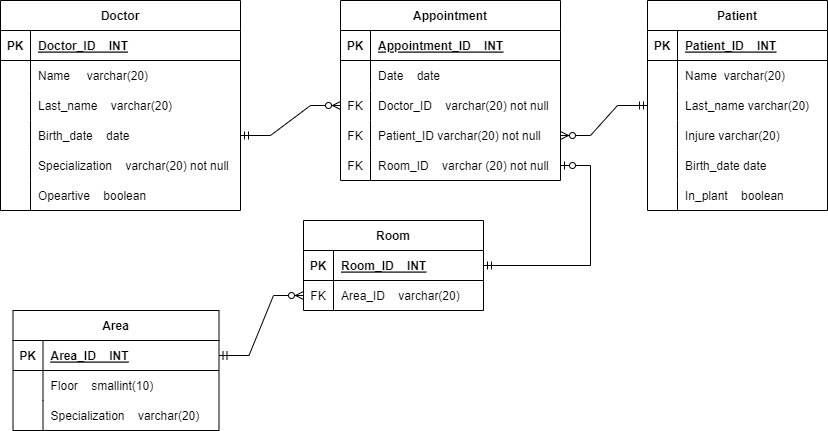
Before: doc/ASSI06.drawio.png, a diagram exported from draw.io (ClearCB/ddl-script-database). Source tidied: cells renumbered, new cells last; positions are measured from the earlier drawing's top-left corner, leaving out a move shared by most shapes.
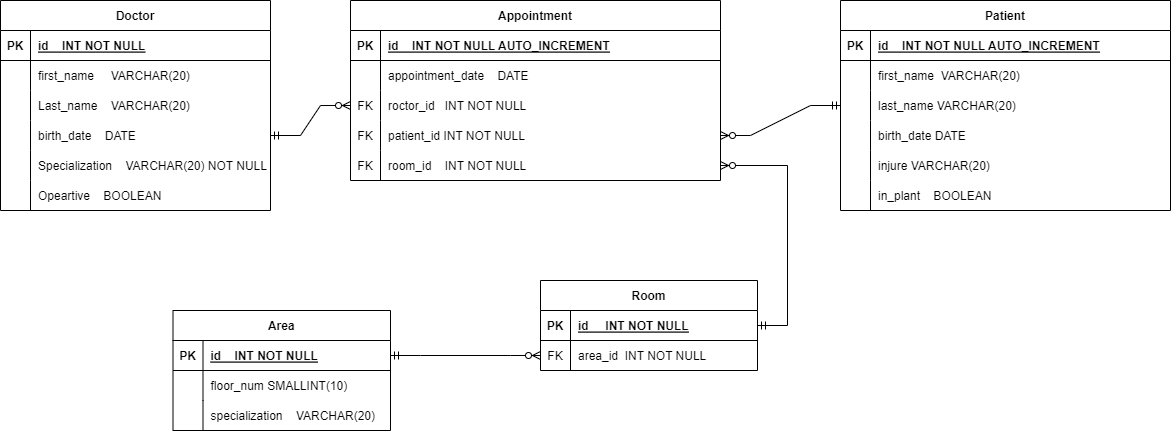
The same diagram one commit later.

Diff of the diagram source:
```diff
@@ -5,6 +5,6 @@
     <mxCell id="2" value="Doctor" style="shape=table;startSize=30;rowLines=0;fontStyle=1;align=center;" parent="1" vertex="1">
-      <mxGeometry width="240" height="210" as="geometry" />
+      <mxGeometry x="-160" width="270" height="210" as="geometry" />
     </mxCell>
     <mxCell id="3" style="shape=tableRow;horizontal=0;startSize=0;swimlaneHead=0;swimlaneBody=0;fillColor=none;top=0;left=0;right=0;bottom=1;" parent="2" vertex="1">
-      <mxGeometry y="30" width="240" height="30" as="geometry" />
+      <mxGeometry y="30" width="270" height="30" as="geometry" />
     </mxCell>
@@ -13,7 +13,7 @@
     </mxCell>
-    <mxCell id="5" value="Doctor_ID    INT" style="shape=partialRectangle;fillColor=none;top=0;left=0;bottom=0;right=0;align=left;spacingLeft=6;fontStyle=5;overflow=hidden;" parent="3" vertex="1">
-      <mxGeometry x="30" width="210" height="30" as="geometry" />
+    <mxCell id="5" value="id    INT NOT NULL" style="shape=partialRectangle;fillColor=none;top=0;left=0;bottom=0;right=0;align=left;spacingLeft=6;fontStyle=5;overflow=hidden;" parent="3" vertex="1">
+      <mxGeometry x="30" width="240" height="30" as="geometry" />
     </mxCell>
     <mxCell id="6" style="shape=tableRow;horizontal=0;startSize=0;swimlaneHead=0;swimlaneBody=0;fillColor=none;top=0;left=0;right=0;bottom=0;" parent="2" vertex="1">
-      <mxGeometry y="60" width="240" height="30" as="geometry" />
+      <mxGeometry y="60" width="270" height="30" as="geometry" />
     </mxCell>
@@ -22,7 +22,7 @@
     </mxCell>
-    <mxCell id="8" value="Name     varchar(20)" style="shape=partialRectangle;fillColor=none;top=0;left=0;bottom=0;right=0;align=left;spacingLeft=6;overflow=hidden;" parent="6" vertex="1">
-      <mxGeometry x="30" width="210" height="30" as="geometry" />
+    <mxCell id="8" value="first_name     VARCHAR(20)" style="shape=partialRectangle;fillColor=none;top=0;left=0;bottom=0;right=0;align=left;spacingLeft=6;overflow=hidden;" parent="6" vertex="1">
+      <mxGeometry x="30" width="240" height="30" as="geometry" />
     </mxCell>
     <mxCell id="9" style="shape=tableRow;horizontal=0;startSize=0;swimlaneHead=0;swimlaneBody=0;fillColor=none;top=0;left=0;right=0;bottom=0;" parent="2" vertex="1">
-      <mxGeometry y="90" width="240" height="30" as="geometry" />
+      <mxGeometry y="90" width="270" height="30" as="geometry" />
     </mxCell>
@@ -31,7 +31,7 @@
     </mxCell>
-    <mxCell id="11" value="Last_name    varchar(20)   " style="shape=partialRectangle;fillColor=none;top=0;left=0;bottom=0;right=0;align=left;spacingLeft=6;overflow=hidden;" parent="9" vertex="1">
-      <mxGeometry x="30" width="210" height="30" as="geometry" />
+    <mxCell id="11" value="Last_name    VARCHAR(20)   " style="shape=partialRectangle;fillColor=none;top=0;left=0;bottom=0;right=0;align=left;spacingLeft=6;overflow=hidden;" parent="9" vertex="1">
+      <mxGeometry x="30" width="240" height="30" as="geometry" />
     </mxCell>
     <mxCell id="12" style="shape=tableRow;horizontal=0;startSize=0;swimlaneHead=0;swimlaneBody=0;fillColor=none;points=[[0,0.5],[1,0.5]];portConstraint=eastwest;top=0;left=0;right=0;bottom=0;" parent="2" vertex="1">
-      <mxGeometry y="120" width="240" height="30" as="geometry" />
+      <mxGeometry y="120" width="270" height="30" as="geometry" />
     </mxCell>
@@ -40,7 +40,7 @@
     </mxCell>
-    <mxCell id="14" value="Birth_date    date" style="shape=partialRectangle;fillColor=none;top=0;left=0;bottom=0;right=0;align=left;spacingLeft=6;overflow=hidden;" parent="12" vertex="1">
-      <mxGeometry x="30" width="210" height="30" as="geometry" />
+    <mxCell id="14" value="birth_date    DATE" style="shape=partialRectangle;fillColor=none;top=0;left=0;bottom=0;right=0;align=left;spacingLeft=6;overflow=hidden;" parent="12" vertex="1">
+      <mxGeometry x="30" width="240" height="30" as="geometry" />
     </mxCell>
     <mxCell id="15" style="shape=tableRow;horizontal=0;startSize=0;swimlaneHead=0;swimlaneBody=0;fillColor=none;top=0;left=0;right=0;bottom=0;" parent="2" vertex="1">
-      <mxGeometry y="150" width="240" height="30" as="geometry" />
+      <mxGeometry y="150" width="270" height="30" as="geometry" />
     </mxCell>
@@ -49,7 +49,7 @@
     </mxCell>
-    <mxCell id="17" value="Specialization    varchar(20) not null" style="shape=partialRectangle;fillColor=none;top=0;left=0;bottom=0;right=0;align=left;spacingLeft=6;overflow=hidden;" parent="15" vertex="1">
-      <mxGeometry x="30" width="210" height="30" as="geometry" />
+    <mxCell id="17" value="Specialization    VARCHAR(20) NOT NULL" style="shape=partialRectangle;fillColor=none;top=0;left=0;bottom=0;right=0;align=left;spacingLeft=6;overflow=hidden;" parent="15" vertex="1">
+      <mxGeometry x="30" width="240" height="30" as="geometry" />
     </mxCell>
     <mxCell id="18" style="shape=tableRow;horizontal=0;startSize=0;swimlaneHead=0;swimlaneBody=0;fillColor=none;top=0;left=0;right=0;bottom=0;" parent="2" vertex="1">
-      <mxGeometry y="180" width="240" height="30" as="geometry" />
+      <mxGeometry y="180" width="270" height="30" as="geometry" />
     </mxCell>
@@ -58,10 +58,10 @@
     </mxCell>
-    <mxCell id="20" value="Opeartive    boolean" style="shape=partialRectangle;fillColor=none;top=0;left=0;bottom=0;right=0;align=left;spacingLeft=6;overflow=hidden;" parent="18" vertex="1">
-      <mxGeometry x="30" width="210" height="30" as="geometry" />
+    <mxCell id="20" value="Opeartive    BOOLEAN" style="shape=partialRectangle;fillColor=none;top=0;left=0;bottom=0;right=0;align=left;spacingLeft=6;overflow=hidden;" parent="18" vertex="1">
+      <mxGeometry x="30" width="240" height="30" as="geometry" />
     </mxCell>
     <mxCell id="21" value="Appointment" style="shape=table;startSize=30;rowLines=0;fontStyle=1;align=center;" parent="1" vertex="1">
-      <mxGeometry x="340" width="220" height="180" as="geometry" />
+      <mxGeometry x="190" width="370" height="180" as="geometry" />
     </mxCell>
     <mxCell id="22" style="shape=tableRow;horizontal=0;startSize=0;swimlaneHead=0;swimlaneBody=0;fillColor=none;top=0;left=0;right=0;bottom=1;" parent="21" vertex="1">
-      <mxGeometry y="30" width="220" height="30" as="geometry" />
+      <mxGeometry y="30" width="370" height="30" as="geometry" />
     </mxCell>
@@ -70,7 +70,7 @@
     </mxCell>
-    <mxCell id="24" value="Appointment_ID    INT" style="shape=partialRectangle;fillColor=none;top=0;left=0;bottom=0;right=0;align=left;spacingLeft=6;fontStyle=5;overflow=hidden;" parent="22" vertex="1">
-      <mxGeometry x="30" width="190" height="30" as="geometry" />
+    <mxCell id="24" value="id    INT NOT NULL AUTO_INCREMENT" style="shape=partialRectangle;fillColor=none;top=0;left=0;bottom=0;right=0;align=left;spacingLeft=6;fontStyle=5;overflow=hidden;" parent="22" vertex="1">
+      <mxGeometry x="30" width="340" height="30" as="geometry" />
     </mxCell>
     <mxCell id="25" style="shape=tableRow;horizontal=0;startSize=0;swimlaneHead=0;swimlaneBody=0;fillColor=none;top=0;left=0;right=0;bottom=0;" parent="21" vertex="1">
-      <mxGeometry y="60" width="220" height="30" as="geometry" />
+      <mxGeometry y="60" width="370" height="30" as="geometry" />
     </mxCell>
@@ -79,7 +79,7 @@
     </mxCell>
-    <mxCell id="27" value="Date    date" style="shape=partialRectangle;fillColor=none;top=0;left=0;bottom=0;right=0;align=left;spacingLeft=6;overflow=hidden;" parent="25" vertex="1">
-      <mxGeometry x="30" width="190" height="30" as="geometry" />
+    <mxCell id="27" value="appointment_date    DATE" style="shape=partialRectangle;fillColor=none;top=0;left=0;bottom=0;right=0;align=left;spacingLeft=6;overflow=hidden;" parent="25" vertex="1">
+      <mxGeometry x="30" width="340" height="30" as="geometry" />
     </mxCell>
     <mxCell id="28" style="shape=tableRow;horizontal=0;startSize=0;swimlaneHead=0;swimlaneBody=0;fillColor=none;points=[[0,0.5],[1,0.5]];portConstraint=eastwest;top=0;left=0;right=0;bottom=0;" parent="21" vertex="1">
-      <mxGeometry y="90" width="220" height="30" as="geometry" />
+      <mxGeometry y="90" width="370" height="30" as="geometry" />
     </mxCell>
@@ -88,7 +88,7 @@
     </mxCell>
-    <mxCell id="30" value="Doctor_ID    varchar(20) not null" style="shape=partialRectangle;fillColor=none;top=0;left=0;bottom=0;right=0;align=left;spacingLeft=6;overflow=hidden;" parent="28" vertex="1">
-      <mxGeometry x="30" width="190" height="30" as="geometry" />
+    <mxCell id="30" value="roctor_id   INT NOT NULL" style="shape=partialRectangle;fillColor=none;top=0;left=0;bottom=0;right=0;align=left;spacingLeft=6;overflow=hidden;" parent="28" vertex="1">
+      <mxGeometry x="30" width="340" height="30" as="geometry" />
     </mxCell>
     <mxCell id="31" style="shape=tableRow;horizontal=0;startSize=0;swimlaneHead=0;swimlaneBody=0;fillColor=none;points=[[0,0.5],[1,0.5]];portConstraint=eastwest;top=0;left=0;right=0;bottom=0;" parent="21" vertex="1">
-      <mxGeometry y="120" width="220" height="30" as="geometry" />
+      <mxGeometry y="120" width="370" height="30" as="geometry" />
     </mxCell>
@@ -97,7 +97,7 @@
     </mxCell>
-    <mxCell id="33" value="Patient_ID varchar(20) not null" style="shape=partialRectangle;fillColor=none;top=0;left=0;bottom=0;right=0;align=left;spacingLeft=6;overflow=hidden;" parent="31" vertex="1">
-      <mxGeometry x="30" width="190" height="30" as="geometry" />
+    <mxCell id="33" value="patient_id INT NOT NULL" style="shape=partialRectangle;fillColor=none;top=0;left=0;bottom=0;right=0;align=left;spacingLeft=6;overflow=hidden;" parent="31" vertex="1">
+      <mxGeometry x="30" width="340" height="30" as="geometry" />
     </mxCell>
     <mxCell id="34" style="shape=tableRow;horizontal=0;startSize=0;swimlaneHead=0;swimlaneBody=0;fillColor=none;points=[[0,0.5],[1,0.5]];portConstraint=eastwest;top=0;left=0;right=0;bottom=0;" parent="21" vertex="1">
-      <mxGeometry y="150" width="220" height="30" as="geometry" />
+      <mxGeometry y="150" width="370" height="30" as="geometry" />
     </mxCell>
@@ -106,10 +106,10 @@
     </mxCell>
-    <mxCell id="36" value="Room_ID    varchar (20) not null" style="shape=partialRectangle;fillColor=none;top=0;left=0;bottom=0;right=0;align=left;spacingLeft=6;overflow=hidden;" parent="34" vertex="1">
-      <mxGeometry x="30" width="190" height="30" as="geometry" />
+    <mxCell id="36" value="room_id    INT NOT NULL" style="shape=partialRectangle;fillColor=none;top=0;left=0;bottom=0;right=0;align=left;spacingLeft=6;overflow=hidden;" parent="34" vertex="1">
+      <mxGeometry x="30" width="340" height="30" as="geometry" />
     </mxCell>
     <mxCell id="37" value="Patient" style="shape=table;startSize=30;rowLines=0;fontStyle=1;align=center;" parent="1" vertex="1">
-      <mxGeometry x="647" width="180" height="210" as="geometry" />
+      <mxGeometry x="680" width="330" height="210" as="geometry" />
     </mxCell>
     <mxCell id="38" style="shape=tableRow;horizontal=0;startSize=0;swimlaneHead=0;swimlaneBody=0;fillColor=none;top=0;left=0;right=0;bottom=1;" parent="37" vertex="1">
-      <mxGeometry y="30" width="180" height="30" as="geometry" />
+      <mxGeometry y="30" width="330" height="30" as="geometry" />
     </mxCell>
@@ -118,7 +118,7 @@
     </mxCell>
-    <mxCell id="40" value="Patient_ID    INT" style="shape=partialRectangle;fillColor=none;top=0;left=0;bottom=0;right=0;align=left;spacingLeft=6;fontStyle=5;overflow=hidden;" parent="38" vertex="1">
-      <mxGeometry x="30" width="150" height="30" as="geometry" />
+    <mxCell id="40" value="id    INT NOT NULL AUTO_INCREMENT" style="shape=partialRectangle;fillColor=none;top=0;left=0;bottom=0;right=0;align=left;spacingLeft=6;fontStyle=5;overflow=hidden;" parent="38" vertex="1">
+      <mxGeometry x="30" width="300" height="30" as="geometry" />
     </mxCell>
     <mxCell id="41" style="shape=tableRow;horizontal=0;startSize=0;swimlaneHead=0;swimlaneBody=0;fillColor=none;top=0;left=0;right=0;bottom=0;" parent="37" vertex="1">
-      <mxGeometry y="60" width="180" height="30" as="geometry" />
+      <mxGeometry y="60" width="330" height="30" as="geometry" />
     </mxCell>
@@ -127,7 +127,7 @@
     </mxCell>
-    <mxCell id="43" value="Name  varchar(20)" style="shape=partialRectangle;fillColor=none;top=0;left=0;bottom=0;right=0;align=left;spacingLeft=6;overflow=hidden;" parent="41" vertex="1">
-      <mxGeometry x="30" width="150" height="30" as="geometry" />
+    <mxCell id="43" value="first_name  VARCHAR(20)" style="shape=partialRectangle;fillColor=none;top=0;left=0;bottom=0;right=0;align=left;spacingLeft=6;overflow=hidden;" parent="41" vertex="1">
+      <mxGeometry x="30" width="300" height="30" as="geometry" />
     </mxCell>
     <mxCell id="44" style="shape=tableRow;horizontal=0;startSize=0;swimlaneHead=0;swimlaneBody=0;fillColor=none;points=[[0,0.5],[1,0.5]];portConstraint=eastwest;top=0;left=0;right=0;bottom=0;" parent="37" vertex="1">
-      <mxGeometry y="90" width="180" height="30" as="geometry" />
+      <mxGeometry y="90" width="330" height="30" as="geometry" />
     </mxCell>
@@ -136,7 +136,16 @@
     </mxCell>
-    <mxCell id="46" value="Last_name varchar(20)" style="shape=partialRectangle;fillColor=none;top=0;left=0;bottom=0;right=0;align=left;spacingLeft=6;overflow=hidden;" parent="44" vertex="1">
-      <mxGeometry x="30" width="150" height="30" as="geometry" />
+    <mxCell id="46" value="last_name VARCHAR(20)" style="shape=partialRectangle;fillColor=none;top=0;left=0;bottom=0;right=0;align=left;spacingLeft=6;overflow=hidden;" parent="44" vertex="1">
+      <mxGeometry x="30" width="300" height="30" as="geometry" />
     </mxCell>
+    <mxCell id="50" style="shape=tableRow;horizontal=0;startSize=0;swimlaneHead=0;swimlaneBody=0;fillColor=none;top=0;left=0;right=0;bottom=0;" parent="37" vertex="1">
+      <mxGeometry y="120" width="330" height="30" as="geometry" />
+    </mxCell>
+    <mxCell id="51" style="shape=partialRectangle;fillColor=none;top=0;left=0;bottom=0;right=0;overflow=hidden;" parent="50" vertex="1">
+      <mxGeometry width="30" height="30" as="geometry" />
+    </mxCell>
+    <mxCell id="52" value="birth_date DATE" style="shape=partialRectangle;fillColor=none;top=0;left=0;bottom=0;right=0;align=left;spacingLeft=6;overflow=hidden;" parent="50" vertex="1">
+      <mxGeometry x="30" width="300" height="30" as="geometry" />
+    </mxCell>
     <mxCell id="47" style="shape=tableRow;horizontal=0;startSize=0;swimlaneHead=0;swimlaneBody=0;fillColor=none;top=0;left=0;right=0;bottom=0;" parent="37" vertex="1">
-      <mxGeometry y="120" width="180" height="30" as="geometry" />
+      <mxGeometry y="150" width="330" height="30" as="geometry" />
     </mxCell>
@@ -145,16 +154,7 @@
     </mxCell>
-    <mxCell id="49" value="Injure varchar(20)" style="shape=partialRectangle;fillColor=none;top=0;left=0;bottom=0;right=0;align=left;spacingLeft=6;overflow=hidden;" parent="47" vertex="1">
-      <mxGeometry x="30" width="150" height="30" as="geometry" />
+    <mxCell id="49" value="injure VARCHAR(20)" style="shape=partialRectangle;fillColor=none;top=0;left=0;bottom=0;right=0;align=left;spacingLeft=6;overflow=hidden;" parent="47" vertex="1">
+      <mxGeometry x="30" width="300" height="30" as="geometry" />
     </mxCell>
-    <mxCell id="50" style="shape=tableRow;horizontal=0;startSize=0;swimlaneHead=0;swimlaneBody=0;fillColor=none;top=0;left=0;right=0;bottom=0;" parent="37" vertex="1">
-      <mxGeometry y="150" width="180" height="30" as="geometry" />
-    </mxCell>
-    <mxCell id="51" style="shape=partialRectangle;fillColor=none;top=0;left=0;bottom=0;right=0;overflow=hidden;" parent="50" vertex="1">
-      <mxGeometry width="30" height="30" as="geometry" />
-    </mxCell>
-    <mxCell id="52" value="Birth_date date" style="shape=partialRectangle;fillColor=none;top=0;left=0;bottom=0;right=0;align=left;spacingLeft=6;overflow=hidden;" parent="50" vertex="1">
-      <mxGeometry x="30" width="150" height="30" as="geometry" />
-    </mxCell>
     <mxCell id="53" style="shape=tableRow;horizontal=0;startSize=0;swimlaneHead=0;swimlaneBody=0;fillColor=none;top=0;left=0;right=0;bottom=0;" parent="37" vertex="1">
-      <mxGeometry y="180" width="180" height="30" as="geometry" />
+      <mxGeometry y="180" width="330" height="30" as="geometry" />
     </mxCell>
@@ -163,10 +163,10 @@
     </mxCell>
-    <mxCell id="55" value="In_plant    boolean" style="shape=partialRectangle;fillColor=none;top=0;left=0;bottom=0;right=0;align=left;spacingLeft=6;overflow=hidden;" parent="53" vertex="1">
-      <mxGeometry x="30" width="150" height="30" as="geometry" />
+    <mxCell id="55" value="in_plant    BOOLEAN" style="shape=partialRectangle;fillColor=none;top=0;left=0;bottom=0;right=0;align=left;spacingLeft=6;overflow=hidden;" parent="53" vertex="1">
+      <mxGeometry x="30" width="300" height="30" as="geometry" />
     </mxCell>
     <mxCell id="56" value="Room" style="shape=table;startSize=30;rowLines=0;fontStyle=1;align=center;" parent="1" vertex="1">
-      <mxGeometry x="303" y="220" width="180" height="90" as="geometry" />
+      <mxGeometry x="380" y="280" width="217" height="90" as="geometry" />
     </mxCell>
     <mxCell id="57" style="shape=tableRow;horizontal=0;startSize=0;swimlaneHead=0;swimlaneBody=0;fillColor=none;points=[[0,0.5],[1,0.5]];portConstraint=eastwest;top=0;left=0;right=0;bottom=1;" parent="56" vertex="1">
-      <mxGeometry y="30" width="180" height="30" as="geometry" />
+      <mxGeometry y="30" width="217" height="30" as="geometry" />
     </mxCell>
@@ -175,7 +175,7 @@
     </mxCell>
-    <mxCell id="59" value="Room_ID    INT" style="shape=partialRectangle;fillColor=none;top=0;left=0;bottom=0;right=0;align=left;spacingLeft=6;fontStyle=5;overflow=hidden;" parent="57" vertex="1">
-      <mxGeometry x="30" width="150" height="30" as="geometry" />
+    <mxCell id="59" value="id     INT NOT NULL" style="shape=partialRectangle;fillColor=none;top=0;left=0;bottom=0;right=0;align=left;spacingLeft=6;fontStyle=5;overflow=hidden;" parent="57" vertex="1">
+      <mxGeometry x="30" width="187" height="30" as="geometry" />
     </mxCell>
     <mxCell id="60" style="shape=tableRow;horizontal=0;startSize=0;swimlaneHead=0;swimlaneBody=0;fillColor=none;points=[[0,0.5],[1,0.5]];portConstraint=eastwest;top=0;left=0;right=0;bottom=0;" parent="56" vertex="1">
-      <mxGeometry y="60" width="180" height="30" as="geometry" />
+      <mxGeometry y="60" width="217" height="30" as="geometry" />
     </mxCell>
@@ -184,10 +184,10 @@
     </mxCell>
-    <mxCell id="62" value="Area_ID    varchar(20)" style="shape=partialRectangle;fillColor=none;top=0;left=0;bottom=0;right=0;align=left;spacingLeft=6;overflow=hidden;" parent="60" vertex="1">
-      <mxGeometry x="30" width="150" height="30" as="geometry" />
+    <mxCell id="62" value="area_id  INT NOT NULL" style="shape=partialRectangle;fillColor=none;top=0;left=0;bottom=0;right=0;align=left;spacingLeft=6;overflow=hidden;" parent="60" vertex="1">
+      <mxGeometry x="30" width="187" height="30" as="geometry" />
     </mxCell>
     <mxCell id="63" value="Area" style="shape=table;startSize=30;rowLines=0;fontStyle=1;align=center;" parent="1" vertex="1">
-      <mxGeometry x="12.5" y="310" width="206" height="120" as="geometry" />
+      <mxGeometry x="12.5" y="310" width="217.5" height="120" as="geometry" />
     </mxCell>
     <mxCell id="64" style="shape=tableRow;horizontal=0;startSize=0;swimlaneHead=0;swimlaneBody=0;fillColor=none;points=[[0,0.5],[1,0.5]];portConstraint=eastwest;top=0;left=0;right=0;bottom=1;" parent="63" vertex="1">
-      <mxGeometry y="30" width="206" height="30" as="geometry" />
+      <mxGeometry y="30" width="217.5" height="30" as="geometry" />
     </mxCell>
@@ -196,7 +196,7 @@
     </mxCell>
-    <mxCell id="66" value="Area_ID    INT" style="shape=partialRectangle;fillColor=none;top=0;left=0;bottom=0;right=0;align=left;spacingLeft=6;fontStyle=5;overflow=hidden;" parent="64" vertex="1">
-      <mxGeometry x="30" width="176" height="30" as="geometry" />
+    <mxCell id="66" value="id    INT NOT NULL" style="shape=partialRectangle;fillColor=none;top=0;left=0;bottom=0;right=0;align=left;spacingLeft=6;fontStyle=5;overflow=hidden;" parent="64" vertex="1">
+      <mxGeometry x="30" width="187.5" height="30" as="geometry" />
     </mxCell>
     <mxCell id="67" style="shape=tableRow;horizontal=0;startSize=0;swimlaneHead=0;swimlaneBody=0;fillColor=none;top=0;left=0;right=0;bottom=0;" parent="63" vertex="1">
-      <mxGeometry y="60" width="206" height="30" as="geometry" />
+      <mxGeometry y="60" width="217.5" height="30" as="geometry" />
     </mxCell>
@@ -205,7 +205,7 @@
     </mxCell>
-    <mxCell id="69" value="Floor    smallint(10)    " style="shape=partialRectangle;fillColor=none;top=0;left=0;bottom=0;right=0;align=left;spacingLeft=6;overflow=hidden;" parent="67" vertex="1">
-      <mxGeometry x="30" width="176" height="30" as="geometry" />
+    <mxCell id="69" value="floor_num SMALLINT(10)    " style="shape=partialRectangle;fillColor=none;top=0;left=0;bottom=0;right=0;align=left;spacingLeft=6;overflow=hidden;" parent="67" vertex="1">
+      <mxGeometry x="30" width="187.5" height="30" as="geometry" />
     </mxCell>
     <mxCell id="70" style="shape=tableRow;horizontal=0;startSize=0;swimlaneHead=0;swimlaneBody=0;fillColor=none;top=0;left=0;right=0;bottom=0;" parent="63" vertex="1">
-      <mxGeometry y="90" width="206" height="30" as="geometry" />
+      <mxGeometry y="90" width="217.5" height="30" as="geometry" />
     </mxCell>
@@ -214,4 +214,4 @@
     </mxCell>
-    <mxCell id="72" value="Specialization    varchar(20)" style="shape=partialRectangle;fillColor=none;top=0;left=0;bottom=0;right=0;align=left;spacingLeft=6;overflow=hidden;" parent="70" vertex="1">
-      <mxGeometry x="30" width="176" height="30" as="geometry" />
+    <mxCell id="72" value="specialization    VARCHAR(20)" style="shape=partialRectangle;fillColor=none;top=0;left=0;bottom=0;right=0;align=left;spacingLeft=6;overflow=hidden;" parent="70" vertex="1">
+      <mxGeometry x="30" width="187.5" height="30" as="geometry" />
     </mxCell>
@@ -223,5 +223,2 @@
     </mxCell>
-    <mxCell id="75" style="edgeStyle=entityRelationEdgeStyle;fontSize=12;html=1;endArrow=ERzeroToOne;startArrow=ERmandOne;rounded=0;exitX=1;exitY=0.5;exitDx=0;exitDy=0;" parent="1" edge="1" source="57" target="34">
-      <mxGeometry relative="1" as="geometry" />
-    </mxCell>
     <mxCell id="76" style="edgeStyle=entityRelationEdgeStyle;fontSize=12;html=1;endArrow=ERzeroToMany;startArrow=ERmandOne;rounded=0;exitX=1;exitY=0.5;exitDx=0;exitDy=0;entryX=0;entryY=0.5;entryDx=0;entryDy=0;" parent="1" edge="1" source="64" target="60">
@@ -229,2 +226,5 @@
     </mxCell>
+    <mxCell id="77" style="edgeStyle=entityRelationEdgeStyle;fontSize=12;html=1;endArrow=ERzeroToMany;startArrow=ERmandOne;rounded=0;entryX=1;entryY=0.5;entryDx=0;entryDy=0;" parent="1" edge="1" source="56" target="34">
+      <mxGeometry relative="1" as="geometry" />
+    </mxCell>
   </root>
```
